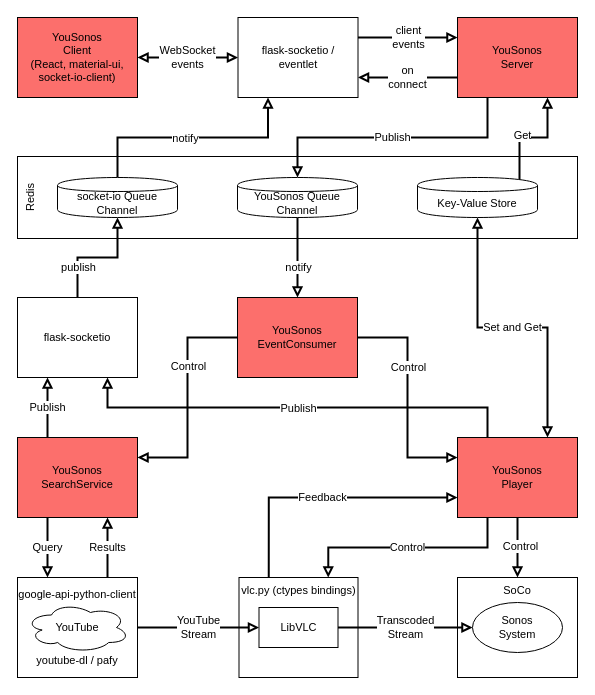
Above: documentation/YouSonos_architecture.drawio in faberchri/YouSonos (draw.io), before the change. Source tidied: cells renumbered, new cells numbered last; positions are measured from the earlier drawing's top-left corner, leaving out a move shared by most shapes. Both pictures are drawn from the tidied source at 100%, with x=0, y=0 at pixel (17, -83).
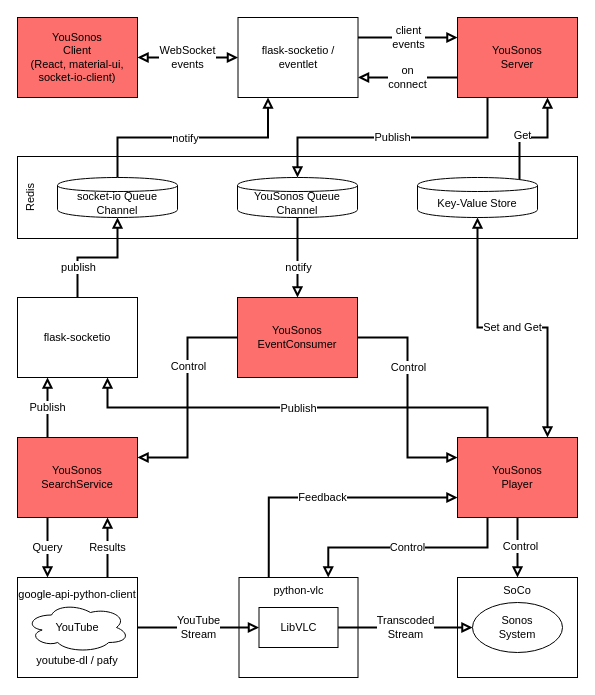
Above is the later version.

Commit message (it also covers changes not shown here):
Doc: update architecture svg with dependency to python-vlc

The change refers to these unchanged cells:
```xml
<mxCell id="3" style="group;fontFamily=Helvetica;fontSize=11;html=1;" parent="1" vertex="1">
  <mxGeometry x="221.5" y="660" width="119" height="100" as="geometry" />
</mxCell>
```

Change to the diagram source:
```diff
@@
-    <mxCell id="4" value="vlc.py (ctypes bindings)" style="rounded=0;whiteSpace=wrap;fontFamily=Helvetica;fontSize=11;verticalAlign=top;html=1;" parent="3" vertex="1">
+    <mxCell id="4" value="python-vlc" style="rounded=0;whiteSpace=wrap;fontFamily=Helvetica;fontSize=11;verticalAlign=top;html=1;" parent="3" vertex="1">
       <mxGeometry width="119" height="100" as="geometry" />
     </mxCell>
```
